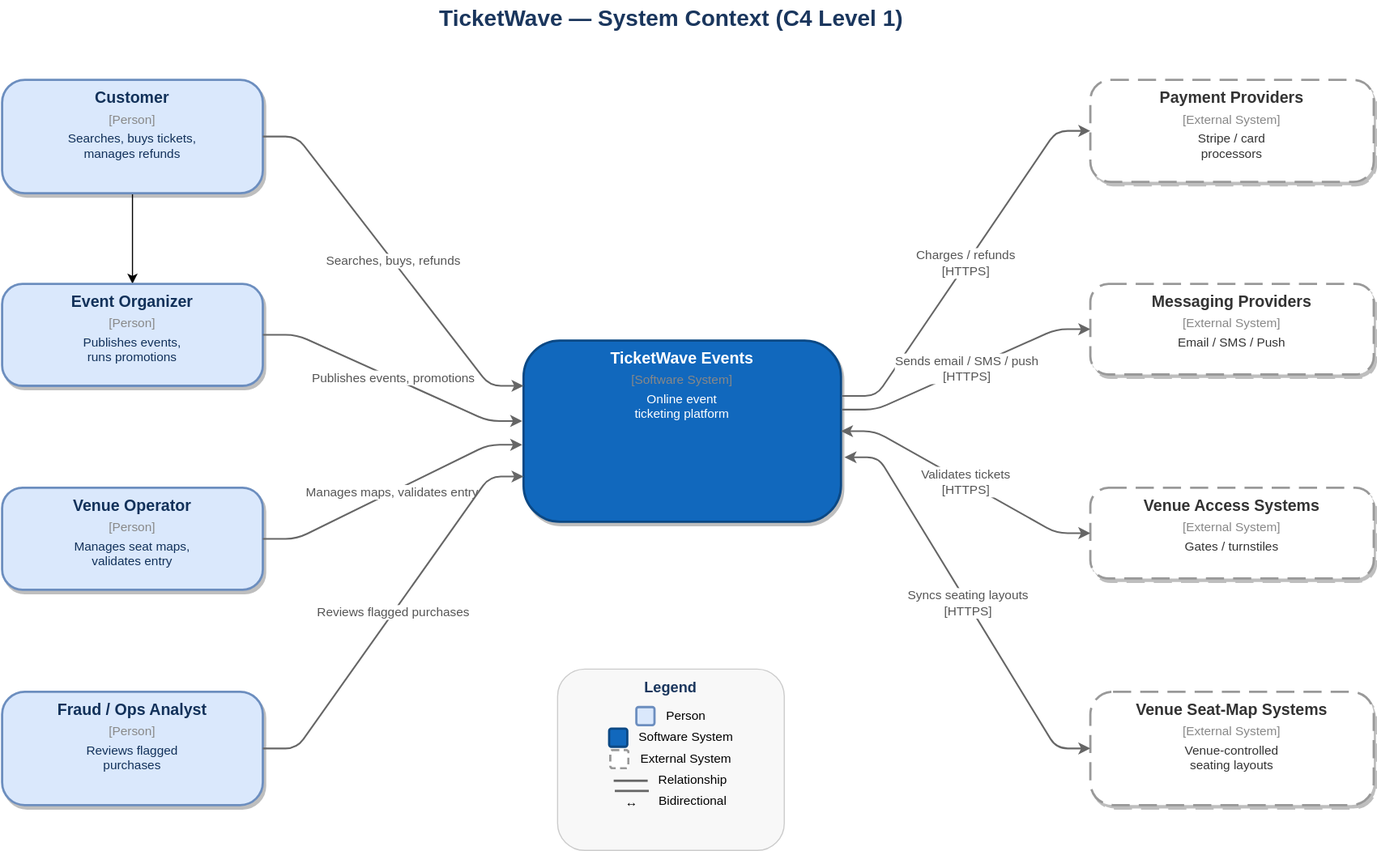
Before: diagrams/c4model/ticketwave-c1-context.drawio.svg, a diagram exported from draw.io (Juanchoque1206/soe-TicketWave). Source tidied: cells renumbered, new cells last; positions are measured from the earlier drawing's top-left corner, leaving out a move shared by most shapes.
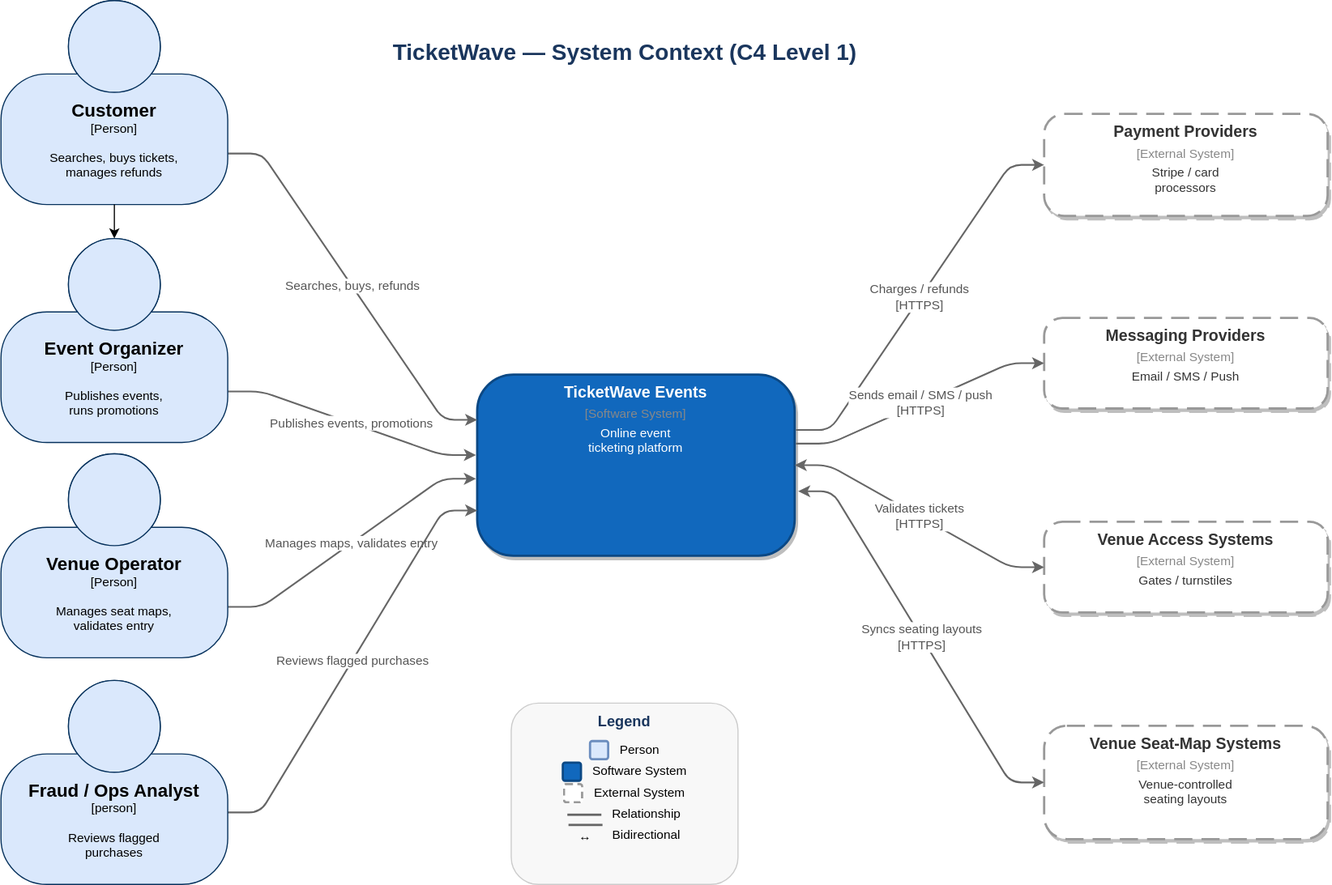
The same diagram one commit later.

The edit, as a diff of the source:
```diff
@@ -5,21 +5,6 @@
     <mxCell id="2" value="TicketWave — System Context (C4 Level 1)" style="text;html=1;fontSize=20;fontStyle=1;align=center;verticalAlign=middle;fillColor=none;strokeColor=none;fontColor=#1a365d;" parent="1" vertex="1">
       <mxGeometry x="240" width="700" height="30" as="geometry" />
     </mxCell>
-    <mxCell id="3" style="edgeStyle=orthogonalEdgeStyle;rounded=0;jettySize=auto;html=1;" parent="1" edge="1" source="4" target="5">
-      <mxGeometry relative="1" as="geometry" />
-    </mxCell>
-    <mxCell id="4" value="&lt;div style=&quot;text-align:center;padding:8px;&quot;&gt;&lt;div style=&quot;font-size:14px;font-weight:bold;color:#12315a;margin-bottom:4px;&quot;&gt;Customer&lt;/div&gt;&lt;div style=&quot;font-size:11px;color:#888;margin-bottom:4px;&quot;&gt;[Person]&lt;/div&gt;&lt;div style=&quot;font-size:11px;color:#12315a;&quot;&gt;Searches, buys tickets,&lt;br/&gt;manages refunds&lt;/div&gt;&lt;/div&gt;" style="rounded=1;whiteSpace=wrap;html=1;overflow=fill;fillColor=#dae8fc;strokeColor=#6c8ebf;strokeWidth=2;fontSize=12;verticalAlign=top;shadow=1;arcSize=20;" parent="1" vertex="1">
-      <mxGeometry y="70" width="230" height="100" as="geometry" />
-    </mxCell>
-    <mxCell id="5" value="&lt;div style=&quot;text-align:center;padding:8px;&quot;&gt;&lt;div style=&quot;font-size:14px;font-weight:bold;color:#12315a;margin-bottom:4px;&quot;&gt;Event Organizer&lt;/div&gt;&lt;div style=&quot;font-size:11px;color:#888;margin-bottom:4px;&quot;&gt;[Person]&lt;/div&gt;&lt;div style=&quot;font-size:11px;color:#12315a;&quot;&gt;Publishes events,&lt;br/&gt;runs promotions&lt;/div&gt;&lt;/div&gt;" style="rounded=1;whiteSpace=wrap;html=1;overflow=fill;fillColor=#dae8fc;strokeColor=#6c8ebf;strokeWidth=2;fontSize=12;verticalAlign=top;shadow=1;arcSize=20;" parent="1" vertex="1">
-      <mxGeometry y="250" width="230" height="90" as="geometry" />
-    </mxCell>
-    <mxCell id="6" value="&lt;div style=&quot;text-align:center;padding:8px;&quot;&gt;&lt;div style=&quot;font-size:14px;font-weight:bold;color:#12315a;margin-bottom:4px;&quot;&gt;Venue Operator&lt;/div&gt;&lt;div style=&quot;font-size:11px;color:#888;margin-bottom:4px;&quot;&gt;[Person]&lt;/div&gt;&lt;div style=&quot;font-size:11px;color:#12315a;&quot;&gt;Manages seat maps,&lt;br/&gt;validates entry&lt;/div&gt;&lt;/div&gt;" style="rounded=1;whiteSpace=wrap;html=1;overflow=fill;fillColor=#dae8fc;strokeColor=#6c8ebf;strokeWidth=2;fontSize=12;verticalAlign=top;shadow=1;arcSize=20;" parent="1" vertex="1">
-      <mxGeometry y="430" width="230" height="90" as="geometry" />
-    </mxCell>
-    <mxCell id="7" value="&lt;div style=&quot;text-align:center;padding:8px;&quot;&gt;&lt;div style=&quot;font-size:14px;font-weight:bold;color:#12315a;margin-bottom:4px;&quot;&gt;Fraud / Ops Analyst&lt;/div&gt;&lt;div style=&quot;font-size:11px;color:#888;margin-bottom:4px;&quot;&gt;[Person]&lt;/div&gt;&lt;div style=&quot;font-size:11px;color:#12315a;&quot;&gt;Reviews flagged&lt;br/&gt;purchases&lt;/div&gt;&lt;/div&gt;" style="rounded=1;whiteSpace=wrap;html=1;overflow=fill;fillColor=#dae8fc;strokeColor=#6c8ebf;strokeWidth=2;fontSize=12;verticalAlign=top;shadow=1;arcSize=20;" parent="1" vertex="1">
-      <mxGeometry y="610" width="230" height="100" as="geometry" />
-    </mxCell>
     <mxCell id="8" value="&lt;div style=&quot;text-align:center;padding:8px;&quot;&gt;&lt;div style=&quot;font-size:14px;font-weight:bold;color:#ffffff;margin-bottom:4px;&quot;&gt;TicketWave Events&lt;/div&gt;&lt;div style=&quot;font-size:11px;color:#888;margin-bottom:4px;&quot;&gt;[Software System]&lt;/div&gt;&lt;div style=&quot;font-size:11px;color:#ffffff;&quot;&gt;Online event&lt;br/&gt;ticketing platform&lt;/div&gt;&lt;/div&gt;" style="rounded=1;whiteSpace=wrap;html=1;overflow=fill;fillColor=#1168bd;strokeColor=#0b4884;strokeWidth=2;fontSize=12;verticalAlign=top;shadow=1;arcSize=20;fontColor=#ffffff;" parent="1" vertex="1">
       <mxGeometry x="460" y="300" width="280" height="160" as="geometry" />
     </mxCell>
@@ -35,16 +20,16 @@
     <mxCell id="12" value="&lt;div style=&quot;text-align:center;padding:8px;&quot;&gt;&lt;div style=&quot;font-size:14px;font-weight:bold;color:#333333;margin-bottom:4px;&quot;&gt;Venue Seat-Map Systems&lt;/div&gt;&lt;div style=&quot;font-size:11px;color:#888;margin-bottom:4px;&quot;&gt;[External System]&lt;/div&gt;&lt;div style=&quot;font-size:11px;color:#333333;&quot;&gt;Venue-controlled&lt;br/&gt;seating layouts&lt;/div&gt;&lt;/div&gt;" style="rounded=1;whiteSpace=wrap;html=1;overflow=fill;fillColor=#ffffff;strokeColor=#999999;strokeWidth=2;fontSize=12;verticalAlign=top;shadow=1;arcSize=20;dashed=1;dashPattern=8 4;" parent="1" vertex="1">
       <mxGeometry x="960" y="610" width="250" height="100" as="geometry" />
     </mxCell>
-    <mxCell id="13" value="Searches, buys, refunds" style="edgeStyle=entityRelationEdgeStyle;rounded=1;jettySize=auto;html=1;strokeColor=#666666;strokeWidth=1.5;fontSize=11;fontColor=#555555;entryX=0;entryY=0.25;entryDx=0;entryDy=0;exitX=1;exitY=0.5;exitDx=0;exitDy=0;" parent="1" edge="1" source="4" target="8">
+    <mxCell id="13" value="Searches, buys, refunds" style="edgeStyle=entityRelationEdgeStyle;rounded=1;jettySize=auto;html=1;strokeColor=#666666;strokeWidth=1.5;fontSize=11;fontColor=#555555;entryX=0;entryY=0.25;entryDx=0;entryDy=0;exitX=1;exitY=0.75;exitDx=0;exitDy=0;exitPerimeter=0;" parent="1" edge="1" source="25" target="8">
       <mxGeometry relative="1" as="geometry" />
     </mxCell>
-    <mxCell id="14" value="Publishes events, promotions" style="edgeStyle=entityRelationEdgeStyle;rounded=1;jettySize=auto;html=1;strokeColor=#666666;strokeWidth=1.5;fontSize=11;fontColor=#555555;entryX=-0.004;entryY=0.444;entryDx=0;entryDy=0;exitX=1;exitY=0.5;exitDx=0;exitDy=0;entryPerimeter=0;" parent="1" edge="1" source="5" target="8">
+    <mxCell id="14" value="Publishes events, promotions" style="edgeStyle=entityRelationEdgeStyle;rounded=1;jettySize=auto;html=1;strokeColor=#666666;strokeWidth=1.5;fontSize=11;fontColor=#555555;entryX=-0.004;entryY=0.444;entryDx=0;entryDy=0;exitX=1;exitY=0.75;exitDx=0;exitDy=0;entryPerimeter=0;exitPerimeter=0;" parent="1" edge="1" source="24" target="8">
       <mxGeometry relative="1" as="geometry" />
     </mxCell>
-    <mxCell id="15" value="Manages maps, validates entry" style="edgeStyle=entityRelationEdgeStyle;rounded=1;jettySize=auto;html=1;strokeColor=#666666;strokeWidth=1.5;fontSize=11;fontColor=#555555;entryX=-0.004;entryY=0.575;entryDx=0;entryDy=0;exitX=1;exitY=0.5;exitDx=0;exitDy=0;entryPerimeter=0;" parent="1" edge="1" source="6" target="8">
+    <mxCell id="15" value="Manages maps, validates entry" style="edgeStyle=entityRelationEdgeStyle;rounded=1;jettySize=auto;html=1;strokeColor=#666666;strokeWidth=1.5;fontSize=11;fontColor=#555555;entryX=-0.004;entryY=0.575;entryDx=0;entryDy=0;exitX=1;exitY=0.75;exitDx=0;exitDy=0;entryPerimeter=0;exitPerimeter=0;" parent="1" edge="1" source="23" target="8">
       <mxGeometry relative="1" as="geometry" />
     </mxCell>
-    <mxCell id="16" value="Reviews flagged purchases" style="edgeStyle=entityRelationEdgeStyle;rounded=1;jettySize=auto;html=1;strokeColor=#666666;strokeWidth=1.5;fontSize=11;fontColor=#555555;entryX=0;entryY=0.75;entryDx=0;entryDy=0;exitX=1;exitY=0.5;exitDx=0;exitDy=0;" parent="1" edge="1" source="7" target="8">
+    <mxCell id="16" value="Reviews flagged purchases" style="edgeStyle=entityRelationEdgeStyle;rounded=1;jettySize=auto;html=1;strokeColor=#666666;strokeWidth=1.5;fontSize=11;fontColor=#555555;entryX=0;entryY=0.75;entryDx=0;entryDy=0;exitX=0.994;exitY=0.647;exitDx=0;exitDy=0;exitPerimeter=0;" parent="1" edge="1" source="22" target="8">
       <mxGeometry relative="1" as="geometry" />
     </mxCell>
     <mxCell id="17" value="Charges / refunds&#10;[HTTPS]" style="edgeStyle=entityRelationEdgeStyle;rounded=1;jettySize=auto;html=1;strokeColor=#666666;strokeWidth=1.5;fontSize=11;fontColor=#555555;entryX=0;entryY=0.5;entryDx=0;entryDy=0;exitX=1.004;exitY=0.306;exitDx=0;exitDy=0;exitPerimeter=0;" parent="1" edge="1" source="8" target="9">
@@ -62,5 +47,28 @@
     <mxCell id="21" value="&lt;div style=&quot;padding:8px 12px;font-size:11px;line-height:18px;&quot;&gt;&lt;div style=&quot;font-size:13px;font-weight:bold;color:#1a365d;margin-bottom:6px;&quot;&gt;Legend&lt;/div&gt;&lt;span style=&quot;display:inline-block;width:14px;height:14px;background:#dae8fc;border:2px solid #6c8ebf;border-radius:3px;vertical-align:middle;margin-right:6px;&quot;&gt;&lt;/span&gt; Person&lt;br/&gt;&lt;span style=&quot;display:inline-block;width:14px;height:14px;background:#1168bd;border:2px solid #0b4884;border-radius:3px;vertical-align:middle;margin-right:6px;&quot;&gt;&lt;/span&gt; Software System&lt;br/&gt;&lt;span style=&quot;display:inline-block;width:14px;height:14px;background:#ffffff;border:2px dashed #999;border-radius:3px;vertical-align:middle;margin-right:6px;&quot;&gt;&lt;/span&gt; External System&lt;br/&gt;&lt;span style=&quot;display:inline-block;width:30px;border-top:2px solid #666;vertical-align:middle;margin-right:6px;&quot;&gt; &lt;/span&gt; Relationship&lt;br/&gt;&lt;span style=&quot;display:inline-block;width:30px;border-top:2px solid #666;vertical-align:middle;margin-right:6px;&quot;&gt;&amp;#x2194;&lt;/span&gt; Bidirectional&lt;br/&gt;&lt;/div&gt;" style="rounded=1;whiteSpace=wrap;html=1;overflow=fill;fillColor=#f8f8f8;strokeColor=#cccccc;strokeWidth=1;fontSize=11;verticalAlign=top;shadow=0;" parent="1" vertex="1">
       <mxGeometry x="490" y="590" width="200" height="160" as="geometry" />
     </mxCell>
+    <object id="22" label="&lt;font style=&quot;font-size: 16px&quot;&gt;&lt;b&gt;%c4Name%&lt;/b&gt;&lt;/font&gt;&lt;div&gt;[%c4Type%]&lt;/div&gt;&lt;br&gt;&lt;div&gt;&lt;font style=&quot;font-size: 11px&quot;&gt;&lt;font&gt;%c4Description%&lt;/font&gt;&lt;/font&gt;&lt;/div&gt;" c4Description="Reviews flagged&#10;purchases" c4Name="Fraud / Ops Analyst" c4Type="person" placeholders="1">
+      <mxCell style="html=1;fontSize=11;dashed=0;whiteSpace=wrap;fillColor=#DAE8FC;strokeColor=#06315C;fontColor=#000000;shape=mxgraph.c4.person2;align=center;points=[[0.5,0,0],[1,0.5,0],[1,0.75,0],[0.75,1,0],[0.5,1,0],[0.25,1,0],[0,0.75,0],[0,0.5,0]];" parent="1" vertex="1">
+        <mxGeometry x="40" y="570" width="200" height="180" as="geometry" />
+      </mxCell>
+    </object>
+    <object id="23" label="&lt;font style=&quot;font-size: 16px&quot;&gt;&lt;b&gt;%c4Name%&lt;/b&gt;&lt;/font&gt;&lt;div&gt;[%c4Type%]&lt;/div&gt;&lt;br&gt;&lt;div&gt;&lt;font style=&quot;font-size: 11px&quot;&gt;&lt;font&gt;%c4Description%&lt;/font&gt;&lt;/font&gt;&lt;/div&gt;" c4Description="Manages seat maps,&#10;validates entry" c4Name="Venue Operator" c4Type="Person" placeholders="1">
+      <mxCell style="html=1;fontSize=11;dashed=0;whiteSpace=wrap;fillColor=#DAE8FC;strokeColor=#06315C;fontColor=#000000;shape=mxgraph.c4.person2;align=center;points=[[0.5,0,0],[1,0.5,0],[1,0.75,0],[0.75,1,0],[0.5,1,0],[0.25,1,0],[0,0.75,0],[0,0.5,0]];" parent="1" vertex="1">
+        <mxGeometry x="40" y="370" width="200" height="180" as="geometry" />
+      </mxCell>
+    </object>
+    <object id="24" label="&lt;font style=&quot;font-size: 16px&quot;&gt;&lt;b&gt;%c4Name%&lt;/b&gt;&lt;/font&gt;&lt;div&gt;[%c4Type%]&lt;/div&gt;&lt;br&gt;&lt;div&gt;&lt;font style=&quot;font-size: 11px&quot;&gt;&lt;font&gt;%c4Description%&lt;/font&gt;&lt;/font&gt;&lt;/div&gt;" c4Description="Publishes events,&#10;runs promotions" c4Name="Event Organizer" c4Type="Person" placeholders="1">
+      <mxCell style="html=1;fontSize=11;dashed=0;whiteSpace=wrap;fillColor=#DAE8FC;strokeColor=#06315C;fontColor=#000000;shape=mxgraph.c4.person2;align=center;points=[[0.5,0,0],[1,0.5,0],[1,0.75,0],[0.75,1,0],[0.5,1,0],[0.25,1,0],[0,0.75,0],[0,0.5,0]];" parent="1" vertex="1">
+        <mxGeometry x="40" y="180" width="200" height="180" as="geometry" />
+      </mxCell>
+    </object>
+    <object id="25" label="&lt;font style=&quot;font-size: 16px&quot;&gt;&lt;b&gt;%c4Name%&lt;/b&gt;&lt;/font&gt;&lt;div&gt;[%c4Type%]&lt;/div&gt;&lt;br&gt;&lt;div&gt;&lt;font style=&quot;font-size: 11px&quot;&gt;&lt;font&gt;%c4Description%&lt;/font&gt;&lt;/font&gt;&lt;/div&gt;" c4Description="Searches, buys tickets,&#10;manages refunds" c4Name="Customer" c4Type="Person" placeholders="1">
+      <mxCell style="html=1;fontSize=11;dashed=0;whiteSpace=wrap;fillColor=#DAE8FC;strokeColor=#06315C;fontColor=#000000;shape=mxgraph.c4.person2;align=center;points=[[0.5,0,0],[1,0.5,0],[1,0.75,0],[0.75,1,0],[0.5,1,0],[0.25,1,0],[0,0.75,0],[0,0.5,0]];" parent="1" vertex="1">
+        <mxGeometry x="40" y="-30" width="200" height="180" as="geometry" />
+      </mxCell>
+    </object>
+    <mxCell id="26" style="endArrow=classic;html=1;rounded=0;entryX=0.5;entryY=0;entryDx=0;entryDy=0;entryPerimeter=0;exitX=0.5;exitY=1;exitDx=0;exitDy=0;exitPerimeter=0;" parent="1" edge="1" source="25" target="24">
+      <mxGeometry relative="1" as="geometry" />
+    </mxCell>
   </root>
 </mxGraphModel>
```
